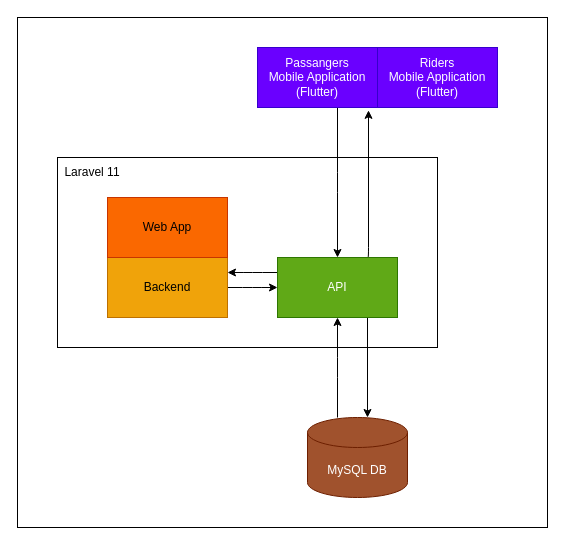
Earlier version of the draw.io diagram Diagrams/architecture.drawio (akdev96/City-Taxi-ASE-CS6003ES). Source tidied: cells renumbered, new cells numbered last; positions are measured from the earlier drawing's top-left corner, leaving out a move shared by most shapes. Both pictures are drawn from the tidied source at 100%, with x=0, y=0 at pixel (17, 17).
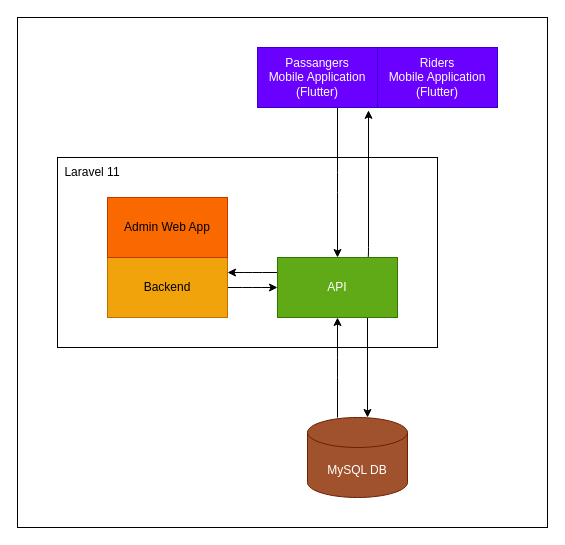
The same diagram, later.

Change to the diagram source:
```diff
@@
 <mxGraphModel>
   <root>
     <mxCell id="0" />
     <mxCell id="1" parent="0" />
     <mxCell id="2" style="rounded=0;whiteSpace=wrap;html=1;" parent="1" vertex="1">
       <mxGeometry width="530" height="510" as="geometry" />
     </mxCell>
     <mxCell id="3" style="rounded=0;whiteSpace=wrap;html=1;" parent="1" vertex="1">
       <mxGeometry x="40" y="140" width="380" height="190" as="geometry" />
     </mxCell>
     <mxCell id="4" style="edgeStyle=elbowEdgeStyle;html=1;entryX=0.5;entryY=0;entryDx=0;entryDy=0;" parent="1" edge="1" source="5" target="10">
       <mxGeometry relative="1" as="geometry" />
     </mxCell>
     <mxCell id="5" value="Passangers&lt;br&gt;Mobile Application (Flutter)" style="rounded=0;whiteSpace=wrap;html=1;fillColor=#6a00ff;fontColor=#ffffff;strokeColor=#3700CC;" parent="1" vertex="1">
       <mxGeometry x="240" y="30" width="120" height="60" as="geometry" />
     </mxCell>
     <mxCell id="6" value="Riders&lt;br&gt;Mobile Application (Flutter)" style="rounded=0;whiteSpace=wrap;html=1;fillColor=#6a00ff;fontColor=#ffffff;strokeColor=#3700CC;" parent="1" vertex="1">
       <mxGeometry x="360" y="30" width="120" height="60" as="geometry" />
     </mxCell>
     <mxCell id="7" style="edgeStyle=elbowEdgeStyle;html=1;exitX=0;exitY=0.25;exitDx=0;exitDy=0;entryX=1;entryY=0.25;entryDx=0;entryDy=0;" parent="1" edge="1" source="10" target="12">
       <mxGeometry relative="1" as="geometry" />
     </mxCell>
     <mxCell id="8" style="edgeStyle=elbowEdgeStyle;html=1;exitX=0.75;exitY=0;exitDx=0;exitDy=0;entryX=0.926;entryY=1.047;entryDx=0;entryDy=0;entryPerimeter=0;" parent="1" edge="1" source="10" target="5">
       <mxGeometry relative="1" as="geometry">
         <Array as="points">
           <mxPoint x="351" y="170" />
         </Array>
       </mxGeometry>
     </mxCell>
     <mxCell id="9" style="edgeStyle=elbowEdgeStyle;html=1;exitX=0.75;exitY=1;exitDx=0;exitDy=0;" parent="1" edge="1" source="10">
       <mxGeometry relative="1" as="geometry">
         <mxPoint x="350.3" y="400" as="targetPoint" />
       </mxGeometry>
     </mxCell>
     <mxCell id="10" value="API" style="rounded=0;whiteSpace=wrap;html=1;fillColor=#60a917;fontColor=#ffffff;strokeColor=#2D7600;" parent="1" vertex="1">
       <mxGeometry x="260" y="240" width="120" height="60" as="geometry" />
     </mxCell>
     <mxCell id="11" style="edgeStyle=elbowEdgeStyle;html=1;entryX=0;entryY=0.5;entryDx=0;entryDy=0;" parent="1" edge="1" source="12" target="10">
       <mxGeometry relative="1" as="geometry" />
     </mxCell>
     <mxCell id="12" value="Backend" style="rounded=0;whiteSpace=wrap;html=1;fillColor=#f0a30a;fontColor=#000000;strokeColor=#BD7000;" parent="1" vertex="1">
       <mxGeometry x="90" y="240" width="120" height="60" as="geometry" />
     </mxCell>
     <mxCell id="13" value="Laravel 11" style="text;html=1;strokeColor=none;fillColor=none;align=center;verticalAlign=middle;whiteSpace=wrap;rounded=0;" parent="1" vertex="1">
       <mxGeometry x="40" y="140" width="70" height="30" as="geometry" />
     </mxCell>
     <mxCell id="14" style="edgeStyle=elbowEdgeStyle;html=1;entryX=0.5;entryY=1;entryDx=0;entryDy=0;" parent="1" edge="1" source="15" target="10">
       <mxGeometry relative="1" as="geometry" />
     </mxCell>
     <mxCell id="15" value="MySQL DB" style="shape=cylinder3;whiteSpace=wrap;html=1;boundedLbl=1;backgroundOutline=1;size=15;fillColor=#a0522d;fontColor=#ffffff;strokeColor=#6D1F00;" parent="1" vertex="1">
       <mxGeometry x="290" y="400" width="100" height="80" as="geometry" />
     </mxCell>
-    <mxCell id="16" value="Web App" style="rounded=0;whiteSpace=wrap;html=1;fillColor=#fa6800;fontColor=#000000;strokeColor=#C73500;" parent="1" vertex="1">
+    <mxCell id="16" value="Admin Web App" style="rounded=0;whiteSpace=wrap;html=1;fillColor=#fa6800;fontColor=#000000;strokeColor=#C73500;" parent="1" vertex="1">
       <mxGeometry x="90" y="180" width="120" height="60" as="geometry" />
     </mxCell>
   </root>
 </mxGraphModel>
```
